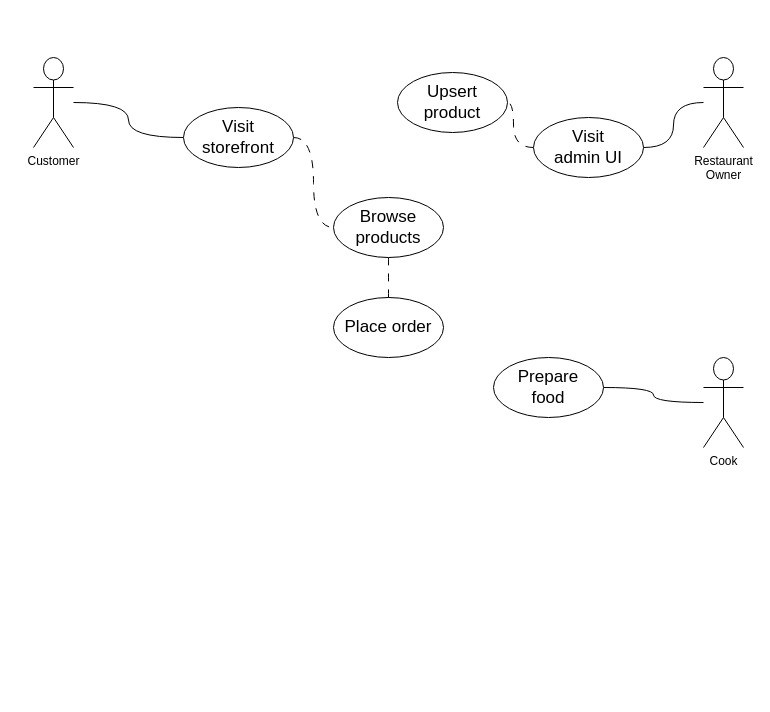
Before: diagrams/use-case-diagram.drawio in NicoToff/mira-eat, a draw.io diagram. Source tidied: cells renumbered, new cells numbered last; positions are measured from the earlier drawing's top-left corner, leaving out a move shared by most shapes. Both pictures are drawn from the tidied source at 100%, with x=0, y=0 at pixel (33, 57).
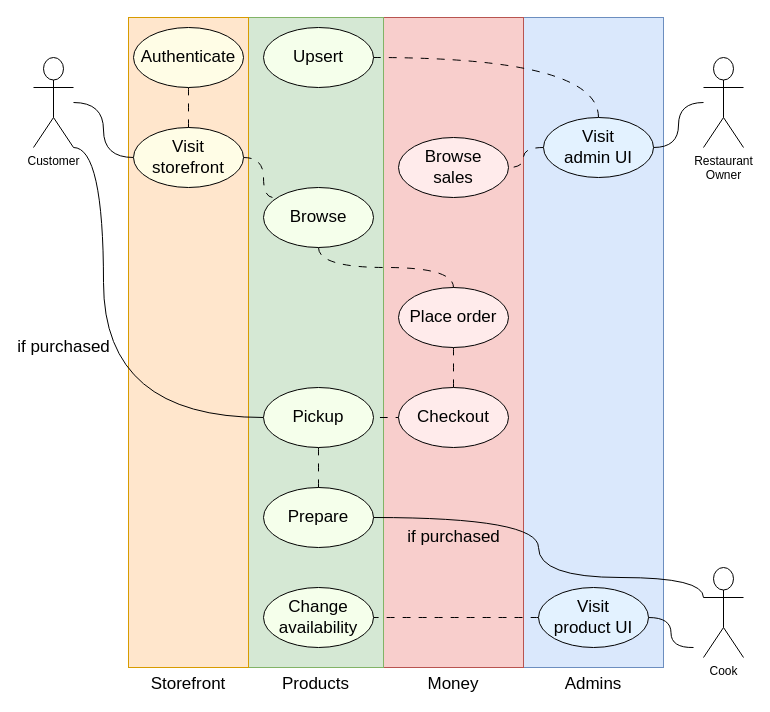
After the change.

Commit message:
use case diagram - v1 done

The change refers to these unchanged cells:
```xml
<mxCell id="3" value="Customer" style="shape=umlActor;verticalLabelPosition=bottom;verticalAlign=top;html=1;outlineConnect=0;" parent="1" vertex="1">
  <mxGeometry width="40" height="90" as="geometry" />
</mxCell>
```

The edit, as a diff of the source:
```diff
@@
+    <mxCell id="17" value="Admins" style="rounded=0;whiteSpace=wrap;html=1;fontSize=17;fillColor=#dae8fc;strokeColor=#6c8ebf;labelPosition=center;verticalLabelPosition=bottom;align=center;verticalAlign=top;" parent="1" vertex="1">
+      <mxGeometry x="490" y="-40" width="140" height="650" as="geometry" />
+    </mxCell>
+    <mxCell id="18" value="Money" style="rounded=0;whiteSpace=wrap;html=1;fontSize=17;fillColor=#f8cecc;strokeColor=#b85450;labelPosition=center;verticalLabelPosition=bottom;align=center;verticalAlign=top;" parent="1" vertex="1">
+      <mxGeometry x="350" y="-40" width="140" height="650" as="geometry" />
+    </mxCell>
+    <mxCell id="19" value="Products" style="rounded=0;whiteSpace=wrap;html=1;fontSize=17;fillColor=#d5e8d4;strokeColor=#82b366;labelPosition=center;verticalLabelPosition=bottom;align=center;verticalAlign=top;" parent="1" vertex="1">
+      <mxGeometry x="215" y="-40" width="135" height="650" as="geometry" />
+    </mxCell>
+    <mxCell id="20" value="Storefront" style="rounded=0;whiteSpace=wrap;html=1;fontSize=17;fillColor=#ffe6cc;strokeColor=#d79b00;labelPosition=center;verticalLabelPosition=bottom;align=center;verticalAlign=top;" parent="1" vertex="1">
+      <mxGeometry x="95" y="-40" width="120" height="650" as="geometry" />
+    </mxCell>
@@
+    <mxCell id="21" style="edgeStyle=orthogonalEdgeStyle;curved=1;rounded=0;jettySize=auto;html=1;entryX=1;entryY=0.5;entryDx=0;entryDy=0;fontSize=17;endArrow=none;endFill=0;" parent="1" edge="1" target="33">
+      <mxGeometry relative="1" as="geometry">
+        <mxPoint x="660" y="590" as="sourcePoint" />
+      </mxGeometry>
+    </mxCell>
-    <mxCell id="6" style="edgeStyle=orthogonalEdgeStyle;curved=1;rounded=0;jettySize=auto;html=1;entryX=1;entryY=0.5;entryDx=0;entryDy=0;fontSize=17;endArrow=none;endFill=0;" parent="1" edge="1" source="7" target="16">
-      <mxGeometry relative="1" as="geometry" />
+    <mxCell id="6" value="if purchased" style="edgeStyle=orthogonalEdgeStyle;curved=1;rounded=0;jettySize=auto;html=1;exitX=0;exitY=0.3333333333333333;exitDx=0;exitDy=0;exitPerimeter=0;entryX=1;entryY=0.5;entryDx=0;entryDy=0;fontSize=17;endArrow=none;endFill=0;labelBackgroundColor=none;" parent="1" edge="1" source="7" target="16">
+      <mxGeometry x="0.61" y="20" relative="1" as="geometry">
+        <Array as="points">
+          <mxPoint x="670" y="520" />
+          <mxPoint x="505" y="520" />
+          <mxPoint x="505" y="460" />
+        </Array>
+      </mxGeometry>
     </mxCell>
     <mxCell id="7" value="Cook" style="shape=umlActor;verticalLabelPosition=bottom;verticalAlign=top;html=1;outlineConnect=0;" parent="1" vertex="1">
-      <mxGeometry x="670" y="300" width="40" height="90" as="geometry" />
+      <mxGeometry x="670" y="510" width="40" height="90" as="geometry" />
     </mxCell>
-    <mxCell id="8" style="edgeStyle=orthogonalEdgeStyle;curved=1;rounded=0;jettySize=auto;html=1;exitX=1;exitY=0.5;exitDx=0;exitDy=0;entryX=0;entryY=0.5;entryDx=0;entryDy=0;dashed=1;dashPattern=8 8;fontSize=17;endArrow=none;endFill=0;" parent="1" edge="1" source="9" target="14">
+    <mxCell id="8" style="edgeStyle=orthogonalEdgeStyle;curved=1;rounded=0;jettySize=auto;html=1;exitX=1;exitY=0.5;exitDx=0;exitDy=0;entryX=0.091;entryY=0.167;entryDx=0;entryDy=0;dashed=1;dashPattern=8 8;fontSize=17;endArrow=none;endFill=0;entryPerimeter=0;" parent="1" edge="1" source="9" target="14">
       <mxGeometry relative="1" as="geometry" />
     </mxCell>
-    <mxCell id="9" value="Visit&lt;br&gt;storefront" style="ellipse;whiteSpace=wrap;html=1;verticalAlign=middle;fontSize=17;" parent="1" vertex="1">
-      <mxGeometry x="150" y="50" width="110" height="60" as="geometry" />
+    <mxCell id="9" value="Visit&lt;br&gt;storefront" style="ellipse;whiteSpace=wrap;html=1;verticalAlign=middle;fontSize=17;fillColor=#FFFDE6;" parent="1" vertex="1">
+      <mxGeometry x="100" y="70" width="110" height="60" as="geometry" />
     </mxCell>
-    <mxCell id="10" style="edgeStyle=orthogonalEdgeStyle;curved=1;rounded=0;jettySize=auto;html=1;exitX=0;exitY=0.5;exitDx=0;exitDy=0;entryX=1;entryY=0.5;entryDx=0;entryDy=0;fontSize=17;endArrow=none;endFill=0;dashed=1;dashPattern=8 8;" parent="1" edge="1" source="11" target="15">
+    <mxCell id="10" style="edgeStyle=orthogonalEdgeStyle;curved=1;rounded=0;jettySize=auto;html=1;exitX=0.5;exitY=0;exitDx=0;exitDy=0;entryX=1;entryY=0.5;entryDx=0;entryDy=0;fontSize=17;endArrow=none;endFill=0;dashed=1;dashPattern=8 8;" parent="1" edge="1" source="11" target="15">
       <mxGeometry relative="1" as="geometry" />
     </mxCell>
+    <mxCell id="22" style="edgeStyle=orthogonalEdgeStyle;curved=1;rounded=0;jettySize=auto;html=1;dashed=1;dashPattern=8 8;fontSize=17;endArrow=none;endFill=0;" parent="1" edge="1" source="11" target="29">
+      <mxGeometry relative="1" as="geometry" />
+    </mxCell>
-    <mxCell id="11" value="Visit&lt;br&gt;admin UI" style="ellipse;whiteSpace=wrap;html=1;verticalAlign=middle;fontSize=17;" parent="1" vertex="1">
-      <mxGeometry x="500" y="60" width="110" height="60" as="geometry" />
+    <mxCell id="11" value="Visit&lt;br&gt;admin UI" style="ellipse;whiteSpace=wrap;html=1;verticalAlign=middle;fontSize=17;fillColor=#E3F2FF;" parent="1" vertex="1">
+      <mxGeometry x="510" y="60" width="110" height="60" as="geometry" />
     </mxCell>
+    <mxCell id="23" style="edgeStyle=orthogonalEdgeStyle;curved=1;rounded=0;jettySize=auto;html=1;exitX=0.5;exitY=1;exitDx=0;exitDy=0;entryX=0.5;entryY=0;entryDx=0;entryDy=0;fontSize=17;endArrow=none;endFill=0;dashed=1;dashPattern=8 8;" parent="1" edge="1" source="12" target="25">
+      <mxGeometry relative="1" as="geometry" />
+    </mxCell>
-    <mxCell id="12" value="Place order" style="ellipse;whiteSpace=wrap;html=1;verticalAlign=middle;fontSize=17;" parent="1" vertex="1">
-      <mxGeometry x="300" y="240" width="110" height="60" as="geometry" />
+    <mxCell id="12" value="Place order" style="ellipse;whiteSpace=wrap;html=1;verticalAlign=middle;fontSize=17;fillColor=#FFEBEB;" parent="1" vertex="1">
+      <mxGeometry x="365" y="230" width="110" height="60" as="geometry" />
     </mxCell>
@@
-    <mxCell id="14" value="Browse&lt;br&gt;products" style="ellipse;whiteSpace=wrap;html=1;verticalAlign=middle;fontSize=17;" parent="1" vertex="1">
-      <mxGeometry x="300" y="140" width="110" height="60" as="geometry" />
+    <mxCell id="14" value="Browse" style="ellipse;whiteSpace=wrap;html=1;verticalAlign=middle;fontSize=17;fillColor=#F5FFEB;" parent="1" vertex="1">
+      <mxGeometry x="230" y="130" width="110" height="60" as="geometry" />
     </mxCell>
-    <mxCell id="15" value="Upsert&lt;br&gt;product" style="ellipse;whiteSpace=wrap;html=1;verticalAlign=middle;fontSize=17;" parent="1" vertex="1">
-      <mxGeometry x="364" y="15" width="110" height="60" as="geometry" />
+    <mxCell id="15" value="Upsert" style="ellipse;whiteSpace=wrap;html=1;verticalAlign=middle;fontSize=17;fillColor=#F5FFEB;" parent="1" vertex="1">
+      <mxGeometry x="230" y="-30" width="110" height="60" as="geometry" />
     </mxCell>
-    <mxCell id="16" value="Prepare&lt;br&gt;food" style="ellipse;whiteSpace=wrap;html=1;verticalAlign=middle;fontSize=17;" parent="1" vertex="1">
-      <mxGeometry x="460" y="300" width="110" height="60" as="geometry" />
+    <mxCell id="16" value="Prepare" style="ellipse;whiteSpace=wrap;html=1;verticalAlign=middle;fontSize=17;fillColor=#F5FFEB;" parent="1" vertex="1">
+      <mxGeometry x="230" y="430" width="110" height="60" as="geometry" />
     </mxCell>
+    <mxCell id="24" style="edgeStyle=orthogonalEdgeStyle;curved=1;rounded=0;jettySize=auto;html=1;exitX=0;exitY=0.5;exitDx=0;exitDy=0;entryX=1;entryY=0.5;entryDx=0;entryDy=0;dashed=1;dashPattern=8 8;fontSize=17;endArrow=none;endFill=0;" parent="1" edge="1" target="28">
+      <mxGeometry relative="1" as="geometry">
+        <mxPoint x="370" y="360" as="sourcePoint" />
+      </mxGeometry>
+    </mxCell>
+    <mxCell id="25" value="Checkout" style="ellipse;whiteSpace=wrap;html=1;verticalAlign=middle;fontSize=17;fillColor=#FFEBEB;" parent="1" vertex="1">
+      <mxGeometry x="365" y="330" width="110" height="60" as="geometry" />
+    </mxCell>
+    <mxCell id="26" style="edgeStyle=orthogonalEdgeStyle;curved=1;rounded=0;jettySize=auto;html=1;exitX=0.5;exitY=1;exitDx=0;exitDy=0;fontSize=17;endArrow=none;endFill=0;dashed=1;dashPattern=8 8;" parent="1" edge="1" source="28" target="16">
+      <mxGeometry relative="1" as="geometry" />
+    </mxCell>
+    <mxCell id="27" value="if purchased" style="edgeStyle=orthogonalEdgeStyle;curved=1;rounded=0;jettySize=auto;html=1;exitX=0;exitY=0.5;exitDx=0;exitDy=0;entryX=1;entryY=1;entryDx=0;entryDy=0;entryPerimeter=0;fontSize=17;endArrow=none;endFill=0;labelBackgroundColor=none;" parent="1" edge="1" source="28" target="3">
+      <mxGeometry y="40" relative="1" as="geometry">
+        <Array as="points">
+          <mxPoint x="70" y="360" />
+          <mxPoint x="70" y="90" />
+        </Array>
+      </mxGeometry>
+    </mxCell>
+    <mxCell id="28" value="Pickup" style="ellipse;whiteSpace=wrap;html=1;verticalAlign=middle;fontSize=17;fillColor=#F5FFEB;" parent="1" vertex="1">
+      <mxGeometry x="230" y="330" width="110" height="60" as="geometry" />
+    </mxCell>
+    <mxCell id="29" value="Browse&lt;br&gt;sales" style="ellipse;whiteSpace=wrap;html=1;verticalAlign=middle;fontSize=17;fillColor=#FFEBEB;" parent="1" vertex="1">
+      <mxGeometry x="365" y="80" width="110" height="60" as="geometry" />
+    </mxCell>
+    <mxCell id="30" style="edgeStyle=orthogonalEdgeStyle;curved=1;rounded=0;jettySize=auto;html=1;exitX=0.5;exitY=1;exitDx=0;exitDy=0;entryX=0.5;entryY=0;entryDx=0;entryDy=0;dashed=1;dashPattern=8 8;fontSize=17;endArrow=none;endFill=0;" parent="1" edge="1" source="31" target="9">
+      <mxGeometry relative="1" as="geometry" />
+    </mxCell>
+    <mxCell id="31" value="Authenticate" style="ellipse;whiteSpace=wrap;html=1;verticalAlign=middle;fontSize=17;fillColor=#FFFDE6;" parent="1" vertex="1">
+      <mxGeometry x="100" y="-30" width="110" height="60" as="geometry" />
+    </mxCell>
+    <mxCell id="32" style="edgeStyle=orthogonalEdgeStyle;curved=1;rounded=0;jettySize=auto;html=1;exitX=0;exitY=0.5;exitDx=0;exitDy=0;fontSize=17;endArrow=none;endFill=0;dashed=1;dashPattern=8 8;" parent="1" edge="1" source="33" target="34">
+      <mxGeometry relative="1" as="geometry" />
+    </mxCell>
+    <mxCell id="33" value="Visit&lt;br&gt;product UI" style="ellipse;whiteSpace=wrap;html=1;verticalAlign=middle;fontSize=17;fillColor=#E3F2FF;" parent="1" vertex="1">
+      <mxGeometry x="505" y="530" width="110" height="60" as="geometry" />
+    </mxCell>
+    <mxCell id="34" value="Change&lt;br&gt;availability" style="ellipse;whiteSpace=wrap;html=1;verticalAlign=middle;fontSize=17;fillColor=#F5FFEB;" parent="1" vertex="1">
+      <mxGeometry x="230" y="530" width="110" height="60" as="geometry" />
+    </mxCell>
```
